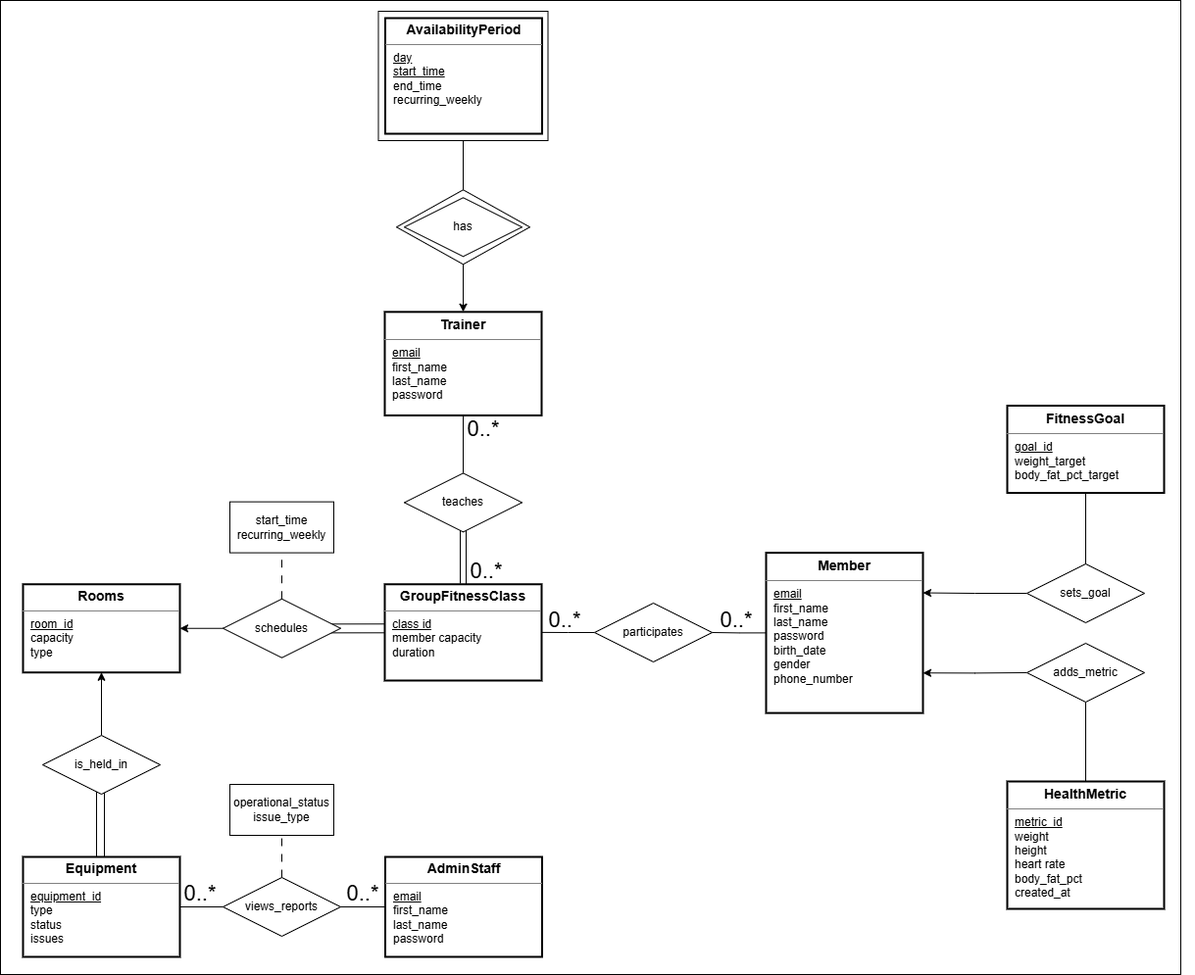
Above: ER_Model.png in AltanDH/3005FP (draw.io), before the change. Source tidied: cells renumbered, new cells last; positions are measured from the earlier drawing's top-left corner, leaving out a move shared by most shapes.
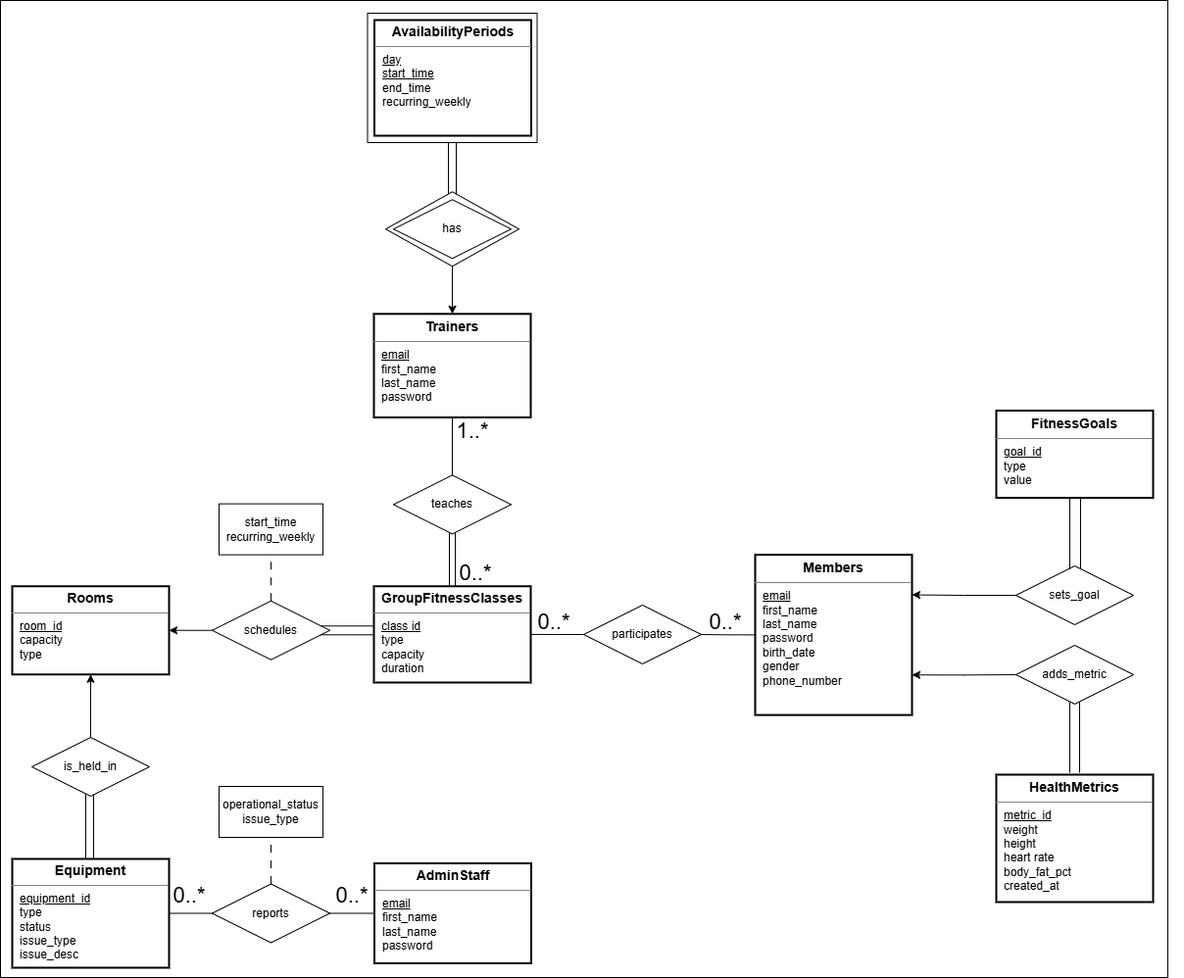
The same file after the commit.

Commit message:
Added Class Type

The edit, as a diff of the source:
```diff
@@ -2,9 +2,21 @@
   <root>
     <mxCell id="0" />
     <mxCell id="1" parent="0" />
-    <mxCell id="2" style="rounded=0;whiteSpace=wrap;html=1;" parent="1" vertex="1">
-      <mxGeometry width="1204" height="994" as="geometry" />
-    </mxCell>
+    <mxCell id="53" style="rounded=0;whiteSpace=wrap;html=1;" parent="1" vertex="1">
+      <mxGeometry x="11" y="-2" width="1191" height="997" as="geometry" />
+    </mxCell>
+    <mxCell id="54" style="edgeStyle=orthogonalEdgeStyle;rounded=0;orthogonalLoop=1;jettySize=auto;html=1;exitX=0.5;exitY=1;exitDx=0;exitDy=0;entryX=0.5;entryY=0;entryDx=0;entryDy=0;endArrow=none;endFill=0;" parent="1" edge="1">
+      <mxGeometry relative="1" as="geometry">
+        <mxPoint x="468" y="143.2" as="sourcePoint" />
+        <mxPoint x="468" y="202.2" as="targetPoint" />
+      </mxGeometry>
+    </mxCell>
+    <mxCell id="55" style="edgeStyle=orthogonalEdgeStyle;rounded=0;orthogonalLoop=1;jettySize=auto;html=1;exitX=0.5;exitY=1;exitDx=0;exitDy=0;entryX=0.5;entryY=0;entryDx=0;entryDy=0;endArrow=none;endFill=0;" parent="1" edge="1">
+      <mxGeometry relative="1" as="geometry">
+        <mxPoint x="476" y="143" as="sourcePoint" />
+        <mxPoint x="476" y="202" as="targetPoint" />
+      </mxGeometry>
+    </mxCell>
     <mxCell id="3" style="edgeStyle=orthogonalEdgeStyle;rounded=0;orthogonalLoop=1;jettySize=auto;html=1;endArrow=none;endFill=0;exitX=0.5;exitY=1;exitDx=0;exitDy=0;entryX=0.5;entryY=0;entryDx=0;entryDy=0;" parent="1" edge="1">
       <mxGeometry relative="1" as="geometry">
         <mxPoint x="98" y="806" as="sourcePoint" />
@@ -71,25 +83,22 @@
         <mxPoint x="386" y="641.2" as="targetPoint" />
       </mxGeometry>
     </mxCell>
-    <mxCell id="15" style="edgeStyle=orthogonalEdgeStyle;rounded=0;jettySize=auto;html=1;endArrow=none;endFill=0;exitX=0.5;exitY=1;exitDx=0;exitDy=0;entryX=0.5;entryY=0;entryDx=0;entryDy=0;" parent="1" edge="1" source="25" target="19">
-      <mxGeometry relative="1" as="geometry" />
-    </mxCell>
     <mxCell id="16" style="edgeStyle=orthogonalEdgeStyle;rounded=0;jettySize=auto;html=1;exitX=1;exitY=0.75;exitDx=0;exitDy=0;entryX=0;entryY=0.5;entryDx=0;entryDy=0;endArrow=none;endFill=0;startArrow=classic;startFill=1;" parent="1" edge="1" source="17" target="25">
       <mxGeometry relative="1" as="geometry" />
     </mxCell>
-    <mxCell id="17" value="&lt;p style=&quot;text-align: center; margin: 4px 0px 0px;&quot;&gt;&lt;font style=&quot;font-size: 14px; line-height: 130%;&quot;&gt;&lt;b&gt;Member&lt;/b&gt;&lt;/font&gt;&lt;/p&gt;&lt;hr size=&quot;1&quot; style=&quot;border-style:solid;&quot;&gt;&lt;p style=&quot;margin:0px;margin-left:8px;&quot;&gt;&lt;u&gt;email&lt;/u&gt;&lt;br&gt;first_name&lt;/p&gt;&lt;p style=&quot;margin:0px;margin-left:8px;&quot;&gt;last_name&lt;/p&gt;&lt;p style=&quot;margin:0px;margin-left:8px;&quot;&gt;password&lt;br&gt;birth_date&lt;/p&gt;&lt;p style=&quot;margin:0px;margin-left:8px;&quot;&gt;gender&lt;/p&gt;&lt;p style=&quot;margin:0px;margin-left:8px;&quot;&gt;phone_number&lt;br&gt;&lt;/p&gt;" style="verticalAlign=top;align=left;overflow=fill;html=1;whiteSpace=wrap;strokeWidth=2;" parent="1" vertex="1">
+    <mxCell id="17" value="&lt;p style=&quot;text-align: center; margin: 4px 0px 0px;&quot;&gt;&lt;font style=&quot;font-size: 14px; line-height: 130%;&quot;&gt;&lt;b&gt;Members&lt;/b&gt;&lt;/font&gt;&lt;/p&gt;&lt;hr size=&quot;1&quot; style=&quot;border-style:solid;&quot;&gt;&lt;p style=&quot;margin:0px;margin-left:8px;&quot;&gt;&lt;u&gt;email&lt;/u&gt;&lt;br&gt;first_name&lt;/p&gt;&lt;p style=&quot;margin:0px;margin-left:8px;&quot;&gt;last_name&lt;/p&gt;&lt;p style=&quot;margin:0px;margin-left:8px;&quot;&gt;password&lt;br&gt;birth_date&lt;/p&gt;&lt;p style=&quot;margin:0px;margin-left:8px;&quot;&gt;gender&lt;/p&gt;&lt;p style=&quot;margin:0px;margin-left:8px;&quot;&gt;phone_number&lt;br&gt;&lt;/p&gt;" style="verticalAlign=top;align=left;overflow=fill;html=1;whiteSpace=wrap;strokeWidth=2;" parent="1" vertex="1">
       <mxGeometry x="781" y="563.6" width="160" height="163.5" as="geometry" />
     </mxCell>
-    <mxCell id="18" value="&lt;p style=&quot;text-align: center; margin: 4px 0px 0px;&quot;&gt;&lt;font style=&quot;font-size: 14px; line-height: 130%;&quot;&gt;&lt;b&gt;FitnessGoal&lt;/b&gt;&lt;/font&gt;&lt;/p&gt;&lt;hr size=&quot;1&quot; style=&quot;border-style:solid;&quot;&gt;&lt;p style=&quot;margin:0px;margin-left:8px;&quot;&gt;&lt;u&gt;goal_id&lt;/u&gt;&lt;/p&gt;&lt;p style=&quot;margin:0px;margin-left:8px;&quot;&gt;weight_target&lt;/p&gt;&lt;p style=&quot;margin:0px;margin-left:8px;&quot;&gt;body_fat_pct_target&lt;/p&gt;" style="verticalAlign=top;align=left;overflow=fill;html=1;whiteSpace=wrap;strokeWidth=2;" parent="1" vertex="1">
-      <mxGeometry x="1027" y="413.5" width="160" height="89" as="geometry" />
+    <mxCell id="18" value="&lt;p style=&quot;text-align: center; margin: 4px 0px 0px;&quot;&gt;&lt;font style=&quot;font-size: 14px; line-height: 130%;&quot;&gt;&lt;b&gt;FitnessGoals&lt;/b&gt;&lt;/font&gt;&lt;/p&gt;&lt;hr size=&quot;1&quot; style=&quot;border-style:solid;&quot;&gt;&lt;p style=&quot;margin:0px;margin-left:8px;&quot;&gt;&lt;u&gt;goal_id&lt;/u&gt;&lt;/p&gt;&lt;p style=&quot;margin:0px;margin-left:8px;&quot;&gt;type&lt;br&gt;value&lt;/p&gt;" style="verticalAlign=top;align=left;overflow=fill;html=1;whiteSpace=wrap;strokeWidth=2;" parent="1" vertex="1">
+      <mxGeometry x="1027" y="416.5" width="160" height="89" as="geometry" />
     </mxCell>
-    <mxCell id="19" value="&lt;p style=&quot;text-align: center; margin: 4px 0px 0px;&quot;&gt;&lt;font style=&quot;font-size: 14px; line-height: 130%;&quot;&gt;&lt;b&gt;HealthMetric&lt;/b&gt;&lt;/font&gt;&lt;/p&gt;&lt;hr size=&quot;1&quot; style=&quot;border-style:solid;&quot;&gt;&lt;p style=&quot;margin:0px;margin-left:8px;&quot;&gt;&lt;u&gt;metric_id&lt;br&gt;&lt;/u&gt;weight&lt;/p&gt;&lt;p style=&quot;margin:0px;margin-left:8px;&quot;&gt;height&lt;/p&gt;&lt;p style=&quot;margin:0px;margin-left:8px;&quot;&gt;heart rate&lt;br&gt;body_fat_pct&lt;/p&gt;&lt;p style=&quot;margin:0px;margin-left:8px;&quot;&gt;created_at&lt;/p&gt;&lt;p style=&quot;margin:0px;margin-left:8px;&quot;&gt;&lt;br&gt;&lt;/p&gt;" style="verticalAlign=top;align=left;overflow=fill;html=1;whiteSpace=wrap;strokeWidth=2;" parent="1" vertex="1">
-      <mxGeometry x="1027" y="797" width="160" height="130" as="geometry" />
+    <mxCell id="19" value="&lt;p style=&quot;text-align: center; margin: 4px 0px 0px;&quot;&gt;&lt;font style=&quot;font-size: 14px; line-height: 130%;&quot;&gt;&lt;b&gt;HealthMetrics&lt;/b&gt;&lt;/font&gt;&lt;/p&gt;&lt;hr size=&quot;1&quot; style=&quot;border-style:solid;&quot;&gt;&lt;p style=&quot;margin:0px;margin-left:8px;&quot;&gt;&lt;u&gt;metric_id&lt;br&gt;&lt;/u&gt;weight&lt;/p&gt;&lt;p style=&quot;margin:0px;margin-left:8px;&quot;&gt;height&lt;/p&gt;&lt;p style=&quot;margin:0px;margin-left:8px;&quot;&gt;heart rate&lt;br&gt;body_fat_pct&lt;/p&gt;&lt;p style=&quot;margin:0px;margin-left:8px;&quot;&gt;created_at&lt;/p&gt;&lt;p style=&quot;margin:0px;margin-left:8px;&quot;&gt;&lt;br&gt;&lt;/p&gt;" style="verticalAlign=top;align=left;overflow=fill;html=1;whiteSpace=wrap;strokeWidth=2;" parent="1" vertex="1">
+      <mxGeometry x="1027" y="788" width="160" height="130" as="geometry" />
     </mxCell>
-    <mxCell id="20" value="&lt;p style=&quot;text-align: center; margin: 4px 0px 0px;&quot;&gt;&lt;b&gt;&lt;font style=&quot;background-color: transparent; color: light-dark(rgb(0, 0, 0), rgb(255, 255, 255)); font-size: 14px; line-height: 130%;&quot;&gt;T&lt;/font&gt;&lt;span style=&quot;background-color: transparent; color: light-dark(rgb(0, 0, 0), rgb(255, 255, 255)); font-size: 14px;&quot;&gt;rainer&lt;/span&gt;&lt;/b&gt;&lt;/p&gt;&lt;hr size=&quot;1&quot; style=&quot;border-style:solid;&quot;&gt;&lt;p style=&quot;margin:0px;margin-left:8px;&quot;&gt;&lt;u&gt;email&lt;/u&gt;&lt;/p&gt;&lt;p style=&quot;margin:0px;margin-left:8px;&quot;&gt;first_name&lt;/p&gt;&lt;p style=&quot;margin:0px;margin-left:8px;&quot;&gt;last_name&lt;/p&gt;&lt;p style=&quot;margin:0px;margin-left:8px;&quot;&gt;password&lt;/p&gt;" style="verticalAlign=top;align=left;overflow=fill;html=1;whiteSpace=wrap;strokeWidth=2;" parent="1" vertex="1">
+    <mxCell id="20" value="&lt;p style=&quot;text-align: center; margin: 4px 0px 0px;&quot;&gt;&lt;b&gt;&lt;font style=&quot;background-color: transparent; color: light-dark(rgb(0, 0, 0), rgb(255, 255, 255)); font-size: 14px; line-height: 130%;&quot;&gt;T&lt;/font&gt;&lt;span style=&quot;background-color: transparent; color: light-dark(rgb(0, 0, 0), rgb(255, 255, 255)); font-size: 14px;&quot;&gt;rainers&lt;/span&gt;&lt;/b&gt;&lt;/p&gt;&lt;hr size=&quot;1&quot; style=&quot;border-style:solid;&quot;&gt;&lt;p style=&quot;margin:0px;margin-left:8px;&quot;&gt;&lt;u&gt;email&lt;/u&gt;&lt;/p&gt;&lt;p style=&quot;margin:0px;margin-left:8px;&quot;&gt;first_name&lt;/p&gt;&lt;p style=&quot;margin:0px;margin-left:8px;&quot;&gt;last_name&lt;/p&gt;&lt;p style=&quot;margin:0px;margin-left:8px;&quot;&gt;password&lt;/p&gt;" style="verticalAlign=top;align=left;overflow=fill;html=1;whiteSpace=wrap;strokeWidth=2;" parent="1" vertex="1">
       <mxGeometry x="392" y="317.8" width="160" height="105.6" as="geometry" />
     </mxCell>
-    <mxCell id="21" value="&lt;p style=&quot;text-align: center; margin: 4px 0px 0px;&quot;&gt;&lt;span style=&quot;font-size: 14px;&quot;&gt;&lt;b&gt;GroupFitnessClass&lt;/b&gt;&lt;/span&gt;&lt;/p&gt;&lt;hr size=&quot;1&quot; style=&quot;border-style:solid;&quot;&gt;&lt;p style=&quot;margin:0px;margin-left:8px;&quot;&gt;&lt;u&gt;class id&lt;/u&gt;&lt;/p&gt;&lt;p style=&quot;margin:0px;margin-left:8px;&quot;&gt;member capacity&lt;/p&gt;&lt;p style=&quot;margin:0px;margin-left:8px;&quot;&gt;duration&lt;/p&gt;" style="verticalAlign=top;align=left;overflow=fill;html=1;whiteSpace=wrap;strokeWidth=2;" parent="1" vertex="1">
+    <mxCell id="21" value="&lt;p style=&quot;text-align: center; margin: 4px 0px 0px;&quot;&gt;&lt;span style=&quot;font-size: 14px;&quot;&gt;&lt;b&gt;GroupFitnessClasses&lt;/b&gt;&lt;/span&gt;&lt;/p&gt;&lt;hr size=&quot;1&quot; style=&quot;border-style:solid;&quot;&gt;&lt;p style=&quot;margin:0px;margin-left:8px;&quot;&gt;&lt;u&gt;class id&lt;/u&gt;&lt;/p&gt;&lt;p style=&quot;margin:0px;margin-left:8px;&quot;&gt;type&lt;/p&gt;&lt;p style=&quot;margin:0px;margin-left:8px;&quot;&gt;&lt;span style=&quot;background-color: transparent; color: light-dark(rgb(0, 0, 0), rgb(255, 255, 255));&quot;&gt;capacity&lt;/span&gt;&lt;/p&gt;&lt;p style=&quot;margin:0px;margin-left:8px;&quot;&gt;duration&lt;/p&gt;" style="verticalAlign=top;align=left;overflow=fill;html=1;whiteSpace=wrap;strokeWidth=2;" parent="1" vertex="1">
       <mxGeometry x="392" y="595.8" width="160" height="98.2" as="geometry" />
     </mxCell>
     <mxCell id="22" value="&lt;p style=&quot;text-align: center; margin: 4px 0px 0px;&quot;&gt;&lt;span style=&quot;font-size: 14px;&quot;&gt;&lt;b&gt;Rooms&lt;/b&gt;&lt;/span&gt;&lt;/p&gt;&lt;hr size=&quot;1&quot; style=&quot;border-style:solid;&quot;&gt;&lt;p style=&quot;margin:0px;margin-left:8px;&quot;&gt;&lt;u&gt;room_id&lt;br&gt;&lt;/u&gt;capacity&lt;br&gt;type&amp;nbsp;&lt;/p&gt;" style="verticalAlign=top;align=left;overflow=fill;html=1;whiteSpace=wrap;strokeWidth=2;" parent="1" vertex="1">
@@ -122,17 +131,17 @@
     <mxCell id="31" value="has" style="shape=rhombus;perimeter=rhombusPerimeter;whiteSpace=wrap;html=1;align=center;" parent="1" vertex="1">
       <mxGeometry x="412" y="201.2" width="120" height="60" as="geometry" />
     </mxCell>
-    <mxCell id="32" style="endArrow=none;html=1;rounded=0;exitX=0.5;exitY=0;exitDx=0;exitDy=0;entryX=0.5;entryY=1;entryDx=0;entryDy=0;" parent="1" edge="1" source="11" target="9">
-      <mxGeometry relative="1" as="geometry" />
-    </mxCell>
-    <mxCell id="33" style="edgeStyle=orthogonalEdgeStyle;rounded=0;jettySize=auto;html=1;endArrow=none;endFill=0;exitX=0.5;exitY=1;exitDx=0;exitDy=0;entryX=0.5;entryY=0;entryDx=0;entryDy=0;" parent="1" edge="1" source="18" target="27">
-      <mxGeometry relative="1" as="geometry" />
+    <mxCell id="33" style="edgeStyle=orthogonalEdgeStyle;rounded=0;orthogonalLoop=1;jettySize=auto;html=1;endArrow=none;endFill=0;exitX=0.5;exitY=1;exitDx=0;exitDy=0;entryX=0.5;entryY=0;entryDx=0;entryDy=0;" parent="1" edge="1">
+      <mxGeometry relative="1" as="geometry">
+        <mxPoint x="1102" y="505.5" as="sourcePoint" />
+        <mxPoint x="1102" y="578" as="targetPoint" />
+      </mxGeometry>
     </mxCell>
     <mxCell id="34" value="&lt;p style=&quot;text-align: center; margin: 4px 0px 0px;&quot;&gt;&lt;span style=&quot;font-size: 14px;&quot;&gt;&lt;b&gt;AdminStaff&lt;/b&gt;&lt;/span&gt;&lt;/p&gt;&lt;hr size=&quot;1&quot; style=&quot;border-style:solid;&quot;&gt;&lt;p style=&quot;margin:0px;margin-left:8px;&quot;&gt;&lt;u&gt;email&lt;/u&gt;&lt;/p&gt;&lt;p style=&quot;margin:0px;margin-left:8px;&quot;&gt;first_name&lt;/p&gt;&lt;p style=&quot;margin:0px;margin-left:8px;&quot;&gt;last_name&lt;/p&gt;&lt;p style=&quot;margin:0px;margin-left:8px;&quot;&gt;password&lt;/p&gt;" style="verticalAlign=top;align=left;overflow=fill;html=1;whiteSpace=wrap;strokeWidth=2;" parent="1" vertex="1">
-      <mxGeometry x="392.5" y="874" width="160" height="102" as="geometry" />
+      <mxGeometry x="392.5" y="878.5" width="160" height="102" as="geometry" />
     </mxCell>
-    <mxCell id="35" value="&lt;p style=&quot;text-align: center; margin: 4px 0px 0px;&quot;&gt;&lt;span style=&quot;font-size: 14px;&quot;&gt;&lt;b&gt;Equipment&lt;/b&gt;&lt;/span&gt;&lt;/p&gt;&lt;hr size=&quot;1&quot; style=&quot;border-style:solid;&quot;&gt;&lt;p style=&quot;margin:0px;margin-left:8px;&quot;&gt;&lt;u&gt;equipment_id&lt;/u&gt;&lt;/p&gt;&lt;p style=&quot;margin:0px;margin-left:8px;&quot;&gt;type&lt;br&gt;status&lt;br&gt;issues&lt;/p&gt;" style="verticalAlign=top;align=left;overflow=fill;html=1;whiteSpace=wrap;strokeWidth=2;" parent="1" vertex="1">
-      <mxGeometry x="23" y="874" width="160" height="102" as="geometry" />
+    <mxCell id="35" value="&lt;p style=&quot;text-align: center; margin: 4px 0px 0px;&quot;&gt;&lt;span style=&quot;font-size: 14px;&quot;&gt;&lt;b&gt;Equipment&lt;/b&gt;&lt;/span&gt;&lt;/p&gt;&lt;hr size=&quot;1&quot; style=&quot;border-style:solid;&quot;&gt;&lt;p style=&quot;margin:0px;margin-left:8px;&quot;&gt;&lt;u&gt;equipment_id&lt;/u&gt;&lt;/p&gt;&lt;p style=&quot;margin:0px;margin-left:8px;&quot;&gt;type&lt;br&gt;status&lt;br&gt;issue_type&lt;/p&gt;&lt;p style=&quot;margin:0px;margin-left:8px;&quot;&gt;issue_desc&lt;br&gt;&lt;/p&gt;" style="verticalAlign=top;align=left;overflow=fill;html=1;whiteSpace=wrap;strokeWidth=2;" parent="1" vertex="1">
+      <mxGeometry x="23" y="874" width="160" height="111" as="geometry" />
     </mxCell>
     <mxCell id="36" style="endArrow=classic;html=1;rounded=0;exitX=0.5;exitY=0;exitDx=0;exitDy=0;entryX=0.5;entryY=1;entryDx=0;entryDy=0;endFill=1;" parent="1" edge="1" source="44" target="22">
       <mxGeometry relative="1" as="geometry" />
@@ -143,8 +152,8 @@
     <mxCell id="38" value="&lt;div&gt;start_time&lt;/div&gt;&lt;div&gt;recurring_weekly&lt;/div&gt;" style="rounded=0;whiteSpace=wrap;html=1;" parent="1" vertex="1">
       <mxGeometry x="234" y="511.6" width="106" height="52" as="geometry" />
     </mxCell>
-    <mxCell id="39" value="views_reports" style="shape=rhombus;perimeter=rhombusPerimeter;whiteSpace=wrap;html=1;align=center;" parent="1" vertex="1">
-      <mxGeometry x="227" y="895" width="120" height="60" as="geometry" />
+    <mxCell id="39" value="reports" style="shape=rhombus;perimeter=rhombusPerimeter;whiteSpace=wrap;html=1;align=center;" parent="1" vertex="1">
+      <mxGeometry x="227" y="899.5" width="120" height="60" as="geometry" />
     </mxCell>
     <mxCell id="40" style="endArrow=none;html=1;rounded=0;exitX=1;exitY=0.5;exitDx=0;exitDy=0;entryX=0;entryY=0.5;entryDx=0;entryDy=0;" parent="1" edge="1" source="35" target="39">
       <mxGeometry relative="1" as="geometry" />
@@ -179,11 +188,29 @@
     <mxCell id="50" value="&lt;font style=&quot;font-size: 22px;&quot;&gt;0..*&lt;/font&gt;" style="text;html=1;whiteSpace=wrap;strokeColor=none;fillColor=none;align=center;verticalAlign=middle;rounded=0;" parent="1" vertex="1">
       <mxGeometry x="466" y="568" width="60" height="30" as="geometry" />
     </mxCell>
-    <mxCell id="51" value="&lt;font style=&quot;font-size: 22px;&quot;&gt;0..*&lt;/font&gt;" style="text;html=1;whiteSpace=wrap;strokeColor=none;fillColor=none;align=center;verticalAlign=middle;rounded=0;" parent="1" vertex="1">
+    <mxCell id="51" value="&lt;font style=&quot;font-size: 22px;&quot;&gt;1..*&lt;/font&gt;" style="text;html=1;whiteSpace=wrap;strokeColor=none;fillColor=none;align=center;verticalAlign=middle;rounded=0;" parent="1" vertex="1">
       <mxGeometry x="463" y="423.4" width="60" height="30" as="geometry" />
     </mxCell>
-    <mxCell id="52" value="&lt;p style=&quot;text-align: center; margin: 4px 0px 0px;&quot;&gt;&lt;b&gt;&lt;span style=&quot;background-color: transparent; color: light-dark(rgb(0, 0, 0), rgb(255, 255, 255)); font-size: 14px;&quot;&gt;AvailabilityPeriod&lt;/span&gt;&lt;/b&gt;&lt;/p&gt;&lt;hr size=&quot;1&quot; style=&quot;border-style:solid;&quot;&gt;&lt;p style=&quot;margin:0px;margin-left:8px;&quot;&gt;&lt;u&gt;day&lt;/u&gt;&lt;/p&gt;&lt;p style=&quot;margin:0px;margin-left:8px;&quot;&gt;&lt;span style=&quot;background-color: transparent; color: light-dark(rgb(0, 0, 0), rgb(255, 255, 255));&quot;&gt;&lt;u&gt;start_time&lt;/u&gt;&lt;/span&gt;&lt;/p&gt;&lt;p style=&quot;margin:0px;margin-left:8px;&quot;&gt;end_time&lt;/p&gt;&lt;p style=&quot;margin:0px;margin-left:8px;&quot;&gt;recurring_weekly&lt;/p&gt;" style="verticalAlign=top;align=left;overflow=fill;html=1;whiteSpace=wrap;strokeWidth=2;" parent="1" vertex="1">
+    <mxCell id="52" value="&lt;p style=&quot;text-align: center; margin: 4px 0px 0px;&quot;&gt;&lt;b&gt;&lt;span style=&quot;background-color: transparent; color: light-dark(rgb(0, 0, 0), rgb(255, 255, 255)); font-size: 14px;&quot;&gt;AvailabilityPeriods&lt;/span&gt;&lt;/b&gt;&lt;/p&gt;&lt;hr size=&quot;1&quot; style=&quot;border-style:solid;&quot;&gt;&lt;p style=&quot;margin:0px;margin-left:8px;&quot;&gt;&lt;u&gt;day&lt;/u&gt;&lt;/p&gt;&lt;p style=&quot;margin:0px;margin-left:8px;&quot;&gt;&lt;span style=&quot;background-color: transparent; color: light-dark(rgb(0, 0, 0), rgb(255, 255, 255));&quot;&gt;&lt;u&gt;start_time&lt;/u&gt;&lt;/span&gt;&lt;/p&gt;&lt;p style=&quot;margin:0px;margin-left:8px;&quot;&gt;end_time&lt;/p&gt;&lt;p style=&quot;margin:0px;margin-left:8px;&quot;&gt;recurring_weekly&lt;/p&gt;" style="verticalAlign=top;align=left;overflow=fill;html=1;whiteSpace=wrap;strokeWidth=2;" parent="1" vertex="1">
       <mxGeometry x="392.5" y="18" width="160" height="118" as="geometry" />
     </mxCell>
+    <mxCell id="56" style="edgeStyle=orthogonalEdgeStyle;rounded=0;orthogonalLoop=1;jettySize=auto;html=1;endArrow=none;endFill=0;exitX=0.5;exitY=1;exitDx=0;exitDy=0;entryX=0.5;entryY=0;entryDx=0;entryDy=0;" parent="1" edge="1">
+      <mxGeometry relative="1" as="geometry">
+        <mxPoint x="1113" y="506" as="sourcePoint" />
+        <mxPoint x="1113" y="578" as="targetPoint" />
+      </mxGeometry>
+    </mxCell>
+    <mxCell id="57" style="edgeStyle=orthogonalEdgeStyle;rounded=0;orthogonalLoop=1;jettySize=auto;html=1;endArrow=none;endFill=0;exitX=0.5;exitY=1;exitDx=0;exitDy=0;entryX=0.5;entryY=0;entryDx=0;entryDy=0;" parent="1" edge="1">
+      <mxGeometry relative="1" as="geometry">
+        <mxPoint x="1102" y="714" as="sourcePoint" />
+        <mxPoint x="1102" y="786" as="targetPoint" />
+      </mxGeometry>
+    </mxCell>
+    <mxCell id="58" style="edgeStyle=orthogonalEdgeStyle;rounded=0;orthogonalLoop=1;jettySize=auto;html=1;endArrow=none;endFill=0;exitX=0.5;exitY=1;exitDx=0;exitDy=0;entryX=0.5;entryY=0;entryDx=0;entryDy=0;" parent="1" edge="1">
+      <mxGeometry relative="1" as="geometry">
+        <mxPoint x="1112" y="714" as="sourcePoint" />
+        <mxPoint x="1112" y="786" as="targetPoint" />
+      </mxGeometry>
+    </mxCell>
   </root>
 </mxGraphModel>
```
